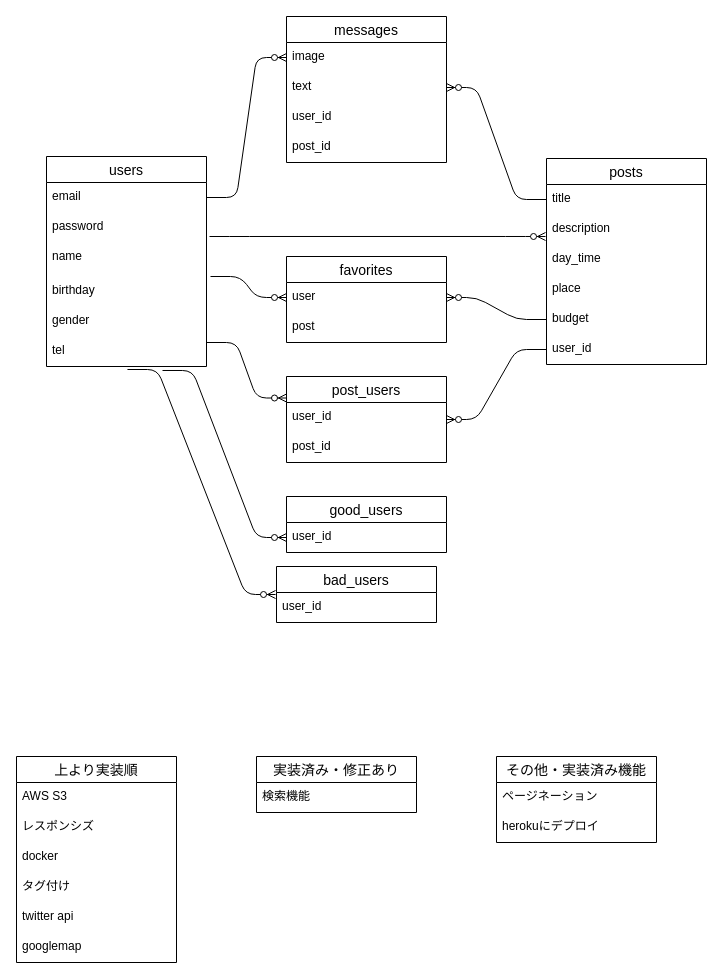
Earlier version of the draw.io diagram oriapp2.dio (koyama1058/oriapp). Source tidied: cells renumbered, new cells numbered last; positions are measured from the earlier drawing's top-left corner, leaving out a move shared by most shapes. Both pictures are drawn from the tidied source at 100%, with x=0, y=0 at pixel (16, 16).
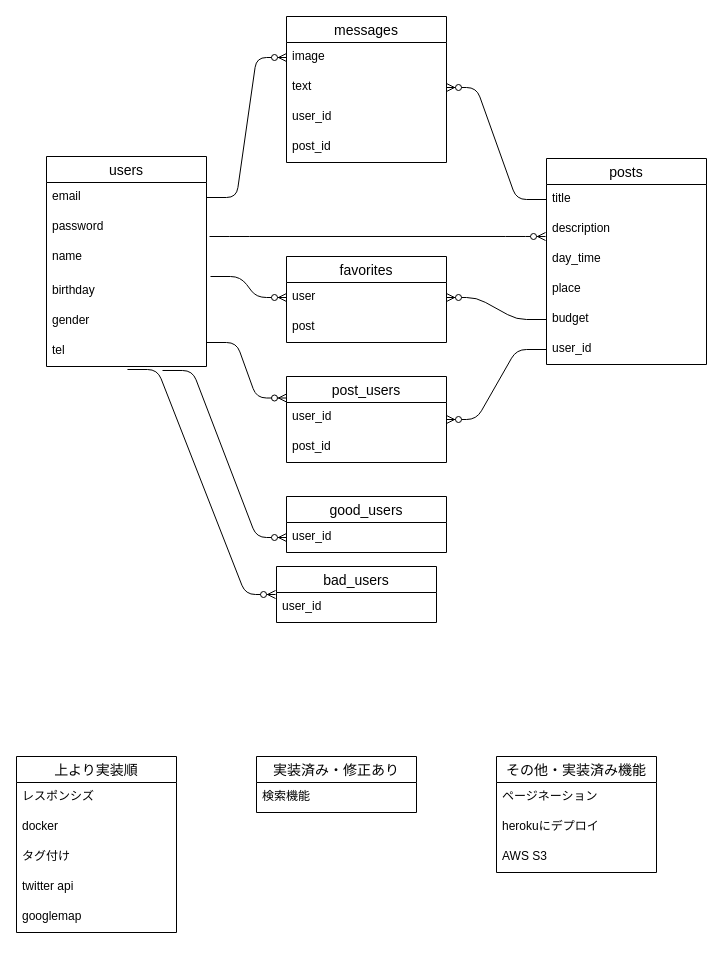
Above is the later version.

The edit, as a diff of the source:
```diff
@@
     <mxCell id="33" value="上より実装順" style="swimlane;fontStyle=0;horizontal=1;startSize=26;align=center;fontSize=14;" parent="1" vertex="1">
-      <mxGeometry y="740" width="160" height="206" as="geometry" />
+      <mxGeometry y="740" width="160" height="176" as="geometry" />
     </mxCell>
-    <mxCell id="34" value="AWS S3" style="text;strokeColor=none;fillColor=none;spacingLeft=4;spacingRight=4;overflow=hidden;fontSize=12;" parent="33" vertex="1">
-      <mxGeometry y="26" width="160" height="30" as="geometry" />
-    </mxCell>
     <mxCell id="35" value="レスポンシズ" style="text;strokeColor=none;fillColor=none;spacingLeft=4;spacingRight=4;overflow=hidden;fontSize=12;" parent="33" vertex="1">
-      <mxGeometry y="56" width="160" height="30" as="geometry" />
+      <mxGeometry y="26" width="160" height="30" as="geometry" />
     </mxCell>
     <mxCell id="36" value="docker" style="text;strokeColor=none;fillColor=none;spacingLeft=4;spacingRight=4;overflow=hidden;fontSize=12;" parent="33" vertex="1">
-      <mxGeometry y="86" width="160" height="30" as="geometry" />
+      <mxGeometry y="56" width="160" height="30" as="geometry" />
     </mxCell>
     <mxCell id="37" value="タグ付け" style="text;strokeColor=none;fillColor=none;spacingLeft=4;spacingRight=4;overflow=hidden;fontSize=12;" parent="33" vertex="1">
-      <mxGeometry y="116" width="160" height="30" as="geometry" />
+      <mxGeometry y="86" width="160" height="30" as="geometry" />
     </mxCell>
     <mxCell id="38" value="twitter api" style="text;strokeColor=none;fillColor=none;spacingLeft=4;spacingRight=4;overflow=hidden;fontSize=12;" parent="33" vertex="1">
-      <mxGeometry y="146" width="160" height="30" as="geometry" />
+      <mxGeometry y="116" width="160" height="30" as="geometry" />
     </mxCell>
     <mxCell id="39" value="googlemap" style="text;strokeColor=none;fillColor=none;spacingLeft=4;spacingRight=4;overflow=hidden;fontSize=12;" parent="33" vertex="1">
-      <mxGeometry y="176" width="160" height="30" as="geometry" />
+      <mxGeometry y="146" width="160" height="30" as="geometry" />
     </mxCell>
@@
     <mxCell id="42" value="その他・実装済み機能" style="swimlane;fontStyle=0;horizontal=1;startSize=26;align=center;fontSize=14;" parent="1" vertex="1">
-      <mxGeometry x="480" y="740" width="160" height="86" as="geometry" />
+      <mxGeometry x="480" y="740" width="160" height="116" as="geometry" />
     </mxCell>
@@
+    <mxCell id="34" value="AWS S3" style="text;strokeColor=none;fillColor=none;spacingLeft=4;spacingRight=4;overflow=hidden;fontSize=12;" parent="42" vertex="1">
+      <mxGeometry y="86" width="160" height="30" as="geometry" />
+    </mxCell>
```
